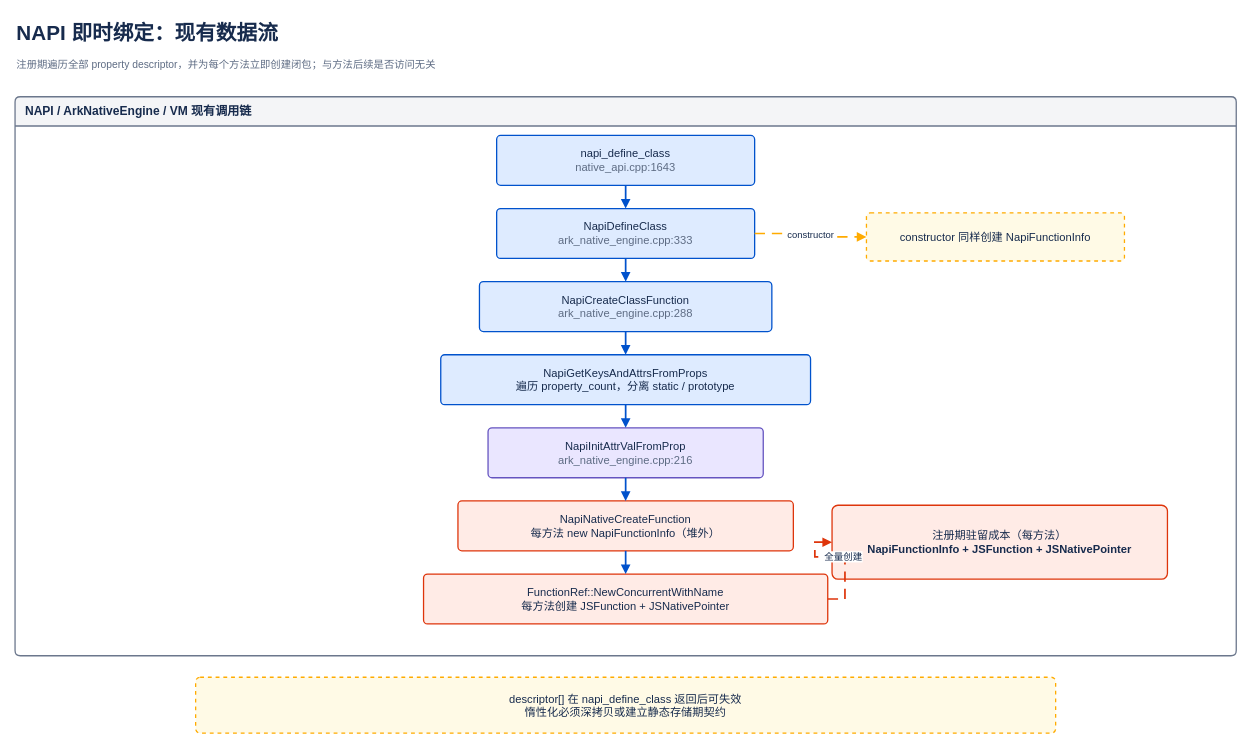
The draw.io diagram hidden-class-comparison/detailed-proposals/native-interop-lazy-binding/napi-eager-binding-current-flow.drawio in xuanjiazhen/invest, before the edit. Source tidied: cells renumbered, new cells numbered last; positions are measured from the earlier drawing's top-left corner, leaving out a move shared by most shapes. Both pictures are drawn from the tidied source at 86%, with x=0, y=0 at pixel (15, 15).
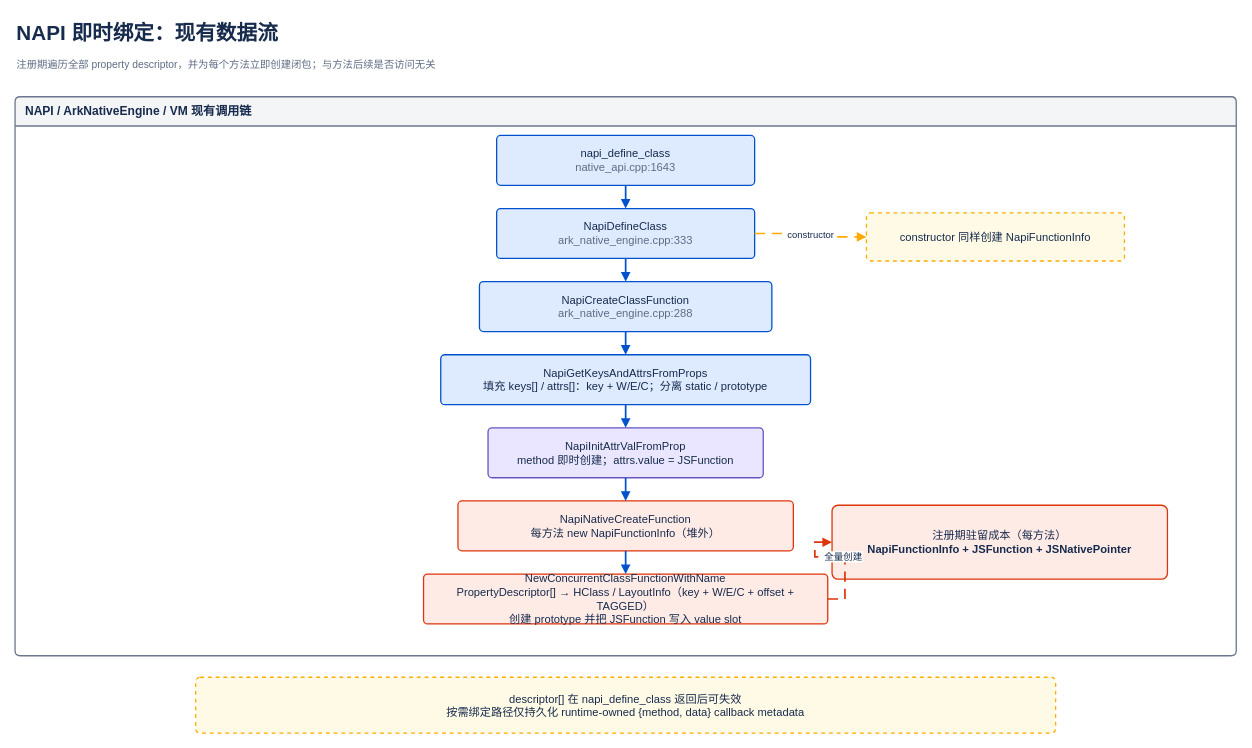
Above is the later version.

Diff of the diagram source:
```diff
@@
-    <mxCell id="10" value="NapiGetKeysAndAttrsFromProps&lt;br&gt;遍历 property_count，分离 static / prototype" style="rounded=1;arcSize=8;whiteSpace=wrap;html=1;align=center;verticalAlign=middle;fontSize=13;spacing=8;fillColor=#DEEBFF;strokeColor=#0052CC;strokeWidth=1.5;fontColor=#172B4D;" parent="1" vertex="1">
+    <mxCell id="10" value="NapiGetKeysAndAttrsFromProps&lt;br&gt;填充 keys[] / attrs[]：key + W/E/C；分离 static / prototype" style="rounded=1;arcSize=8;whiteSpace=wrap;html=1;align=center;verticalAlign=middle;fontSize=13;spacing=8;fillColor=#DEEBFF;strokeColor=#0052CC;strokeWidth=1.5;fontColor=#172B4D;" parent="1" vertex="1">
       <mxGeometry x="495" y="395" width="430" height="58" as="geometry" />
     </mxCell>
@@
-    <mxCell id="12" value="NapiInitAttrValFromProp&lt;br&gt;&lt;font color='#5E6C84'&gt;ark_native_engine.cpp:216&lt;/font&gt;" style="rounded=1;arcSize=8;whiteSpace=wrap;html=1;align=center;verticalAlign=middle;fontSize=13;spacing=8;fillColor=#EAE6FF;strokeColor=#6554C0;strokeWidth=1.5;fontColor=#172B4D;" parent="1" vertex="1">
+    <mxCell id="12" value="NapiInitAttrValFromProp&lt;br&gt;method 即时创建；attrs.value = JSFunction" style="rounded=1;arcSize=8;whiteSpace=wrap;html=1;align=center;verticalAlign=middle;fontSize=13;spacing=8;fillColor=#EAE6FF;strokeColor=#6554C0;strokeWidth=1.5;fontColor=#172B4D;" parent="1" vertex="1">
       <mxGeometry x="550" y="480" width="320" height="58" as="geometry" />
     </mxCell>
@@
-    <mxCell id="16" value="FunctionRef::NewConcurrentWithName&lt;br&gt;每方法创建 JSFunction + JSNativePointer" style="rounded=1;arcSize=8;whiteSpace=wrap;html=1;align=center;verticalAlign=middle;fontSize=13;spacing=8;fillColor=#FFEBE6;strokeColor=#DE350B;strokeWidth=1.5;fontColor=#172B4D;" parent="1" vertex="1">
+    <mxCell id="16" value="NewConcurrentClassFunctionWithName&lt;br&gt;PropertyDescriptor[] → HClass / LayoutInfo（key + W/E/C + offset + TAGGED）&lt;br&gt;创建 prototype 并把 JSFunction 写入 value slot" style="rounded=1;arcSize=8;whiteSpace=wrap;html=1;align=center;verticalAlign=middle;fontSize=13;spacing=8;fillColor=#FFEBE6;strokeColor=#DE350B;strokeWidth=1.5;fontColor=#172B4D;" parent="1" vertex="1">
       <mxGeometry x="475" y="650" width="470" height="58" as="geometry" />
     </mxCell>
@@
-    <mxCell id="22" value="descriptor[] 在 napi_define_class 返回后可失效&lt;br&gt;惰性化必须深拷贝或建立静态存储期契约" style="rounded=1;arcSize=8;whiteSpace=wrap;html=1;align=center;verticalAlign=middle;fontSize=13;spacing=8;fillColor=#FFFAE6;strokeColor=#FFAB00;strokeWidth=1.5;fontColor=#172B4D;dashed=1;" parent="1" vertex="1">
+    <mxCell id="22" value="descriptor[] 在 napi_define_class 返回后可失效&lt;div&gt;按需绑定路径仅持久化 runtime-owned {method, data} callback metadata&lt;/div&gt;" style="rounded=1;arcSize=8;whiteSpace=wrap;html=1;align=center;verticalAlign=middle;fontSize=13;spacing=8;fillColor=#FFFAE6;strokeColor=#FFAB00;strokeWidth=1.5;fontColor=#172B4D;dashed=1;" parent="1" vertex="1">
       <mxGeometry x="210" y="770" width="1000" height="65" as="geometry" />
     </mxCell>
```
